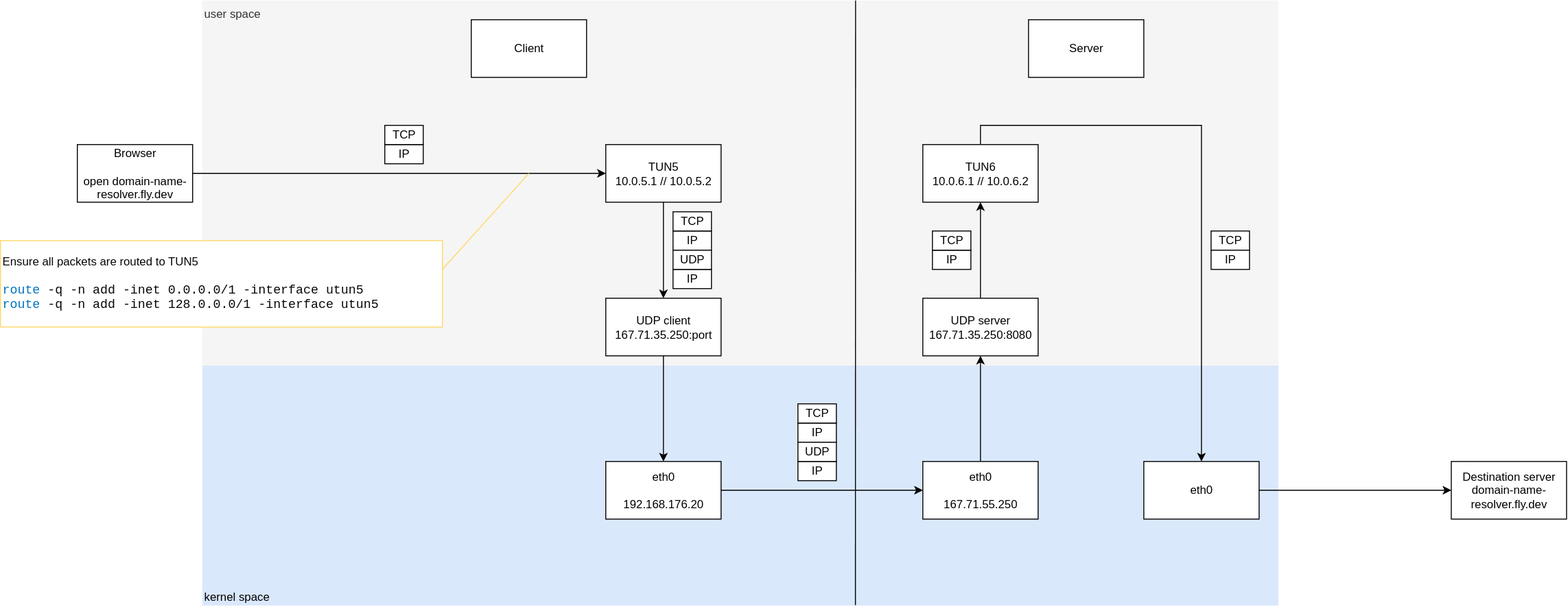
Earlier version of the draw.io export diagrams/tunnel.svg (theotrama/vpn). Source tidied: cells renumbered, new cells last; positions are measured from the earlier drawing's top-left corner, leaving out a move shared by most shapes.
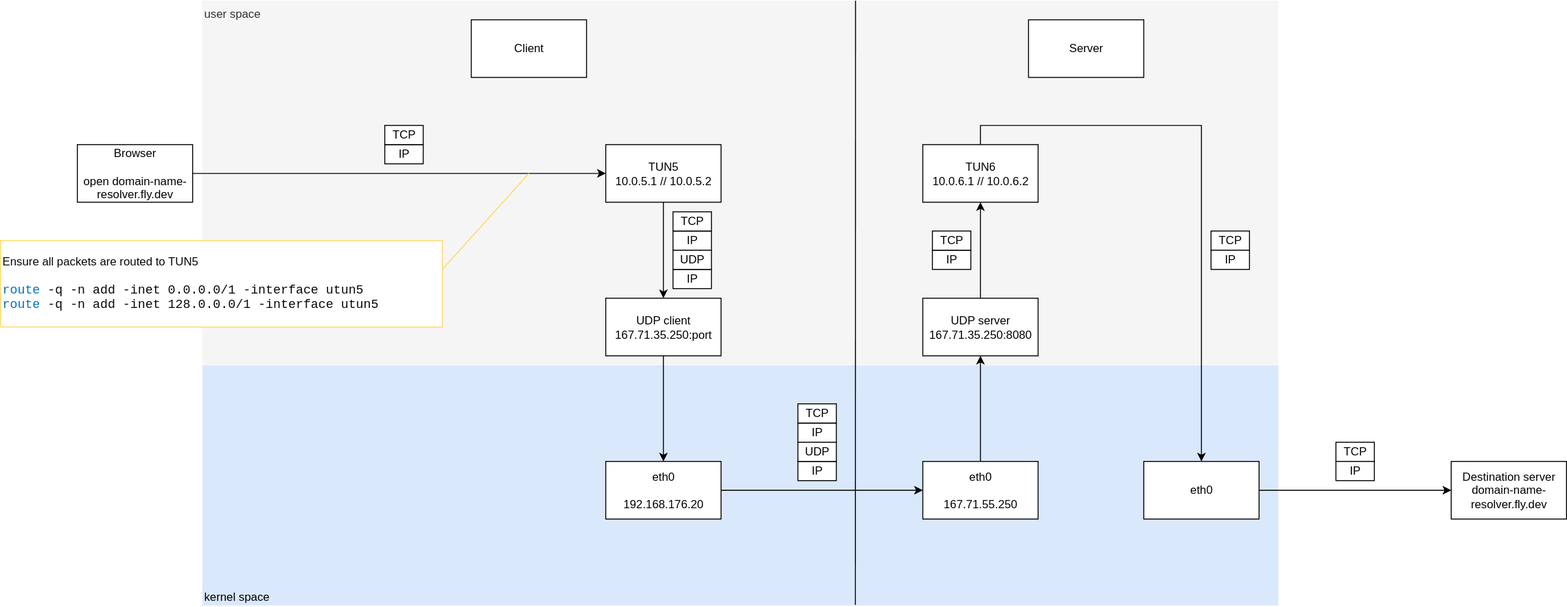
The same file after the commit.

Diff of the diagram source:
```diff
@@ -121,5 +121,11 @@
     <mxCell id="39" value="Server" style="rounded=0;whiteSpace=wrap;html=1;" parent="1" vertex="1">
       <mxGeometry x="1070" y="20" width="120" height="60" as="geometry" />
     </mxCell>
+    <mxCell id="40" value="TCP" style="rounded=0;whiteSpace=wrap;html=1;" parent="1" vertex="1">
+      <mxGeometry x="1390" y="460" width="40" height="20" as="geometry" />
+    </mxCell>
+    <mxCell id="41" value="IP" style="rounded=0;whiteSpace=wrap;html=1;" parent="1" vertex="1">
+      <mxGeometry x="1390" y="480" width="40" height="20" as="geometry" />
+    </mxCell>
   </root>
 </mxGraphModel>
```
